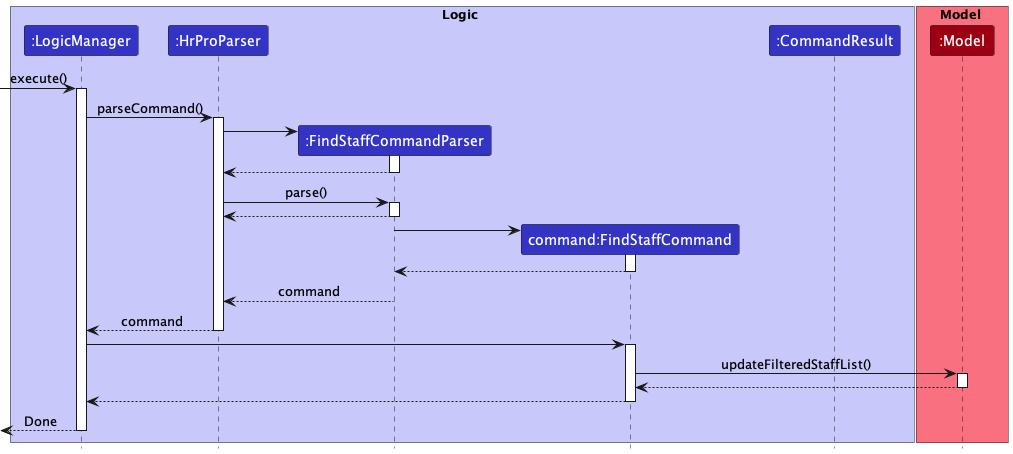
Earlier version of the PlantUML export docs/images/FindStaffCommandSequenceDiagram.png (nus-cs2103-AY2223S1/tp). Source of this version:
```plantuml
@startuml
!include style.puml

box Logic LOGIC_COLOR_T1
participant ":LogicManager" as LogicManager LOGIC_COLOR
participant ":HrProParser" as HrProParser LOGIC_COLOR
participant ":FindStaffCommandParser" as FindStaffCommandParser LOGIC_COLOR
participant "command:FindStaffCommand" as FindStaffCommand LOGIC_COLOR
participant ":CommandResult" as CommandResult LOGIC_COLOR
end box

box Model MODEL_COLOR_T1
participant ":Model" as Model MODEL_COLOR
end box

[-> LogicManager : execute()
activate LogicManager

LogicManager -> HrProParser : parseCommand()
activate HrProParser

create FindStaffCommandParser
HrProParser -> FindStaffCommandParser
activate FindStaffCommandParser

FindStaffCommandParser --> HrProParser
deactivate FindStaffCommandParser

HrProParser -> FindStaffCommandParser : parse()
activate FindStaffCommandParser

FindStaffCommandParser --> HrProParser
deactivate FindStaffCommandParser

create FindStaffCommand
FindStaffCommandParser -> FindStaffCommand
activate FindStaffCommand
FindStaffCommand --> FindStaffCommandParser
deactivate FindStaffCommand

FindStaffCommandParser --> HrProParser : command
deactivate FindStaffCommandParser

HrProParser --> LogicManager : command
deactivate HrProParser

LogicManager -> FindStaffCommand
activate FindStaffCommand

FindStaffCommand -> Model : updateFilteredStaffList()
activate Model
Model --> FindStaffCommand
deactivate Model

FindStaffCommand --> LogicManager
deactivate FindStaffCommand

[<--LogicManager : Done
deactivate LogicManager

@enduml
```
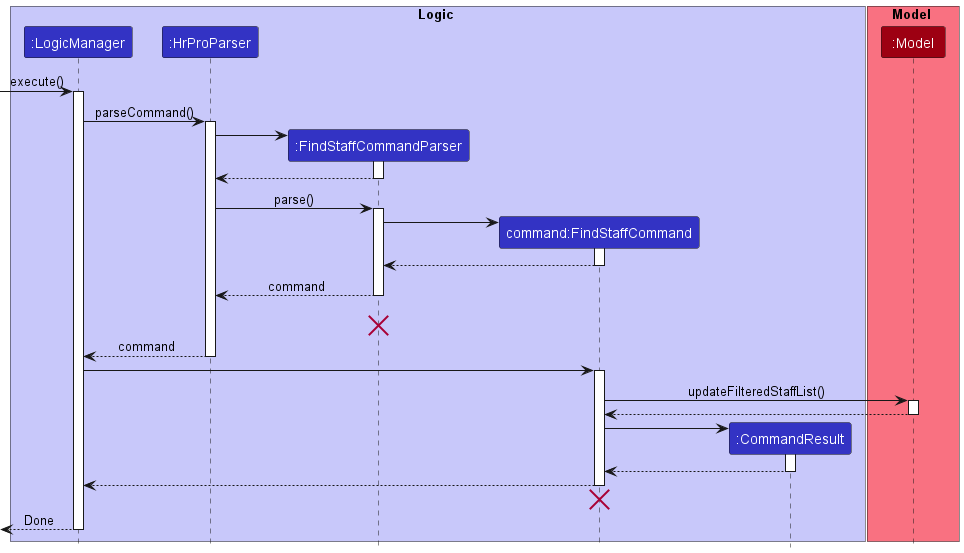
The same file after the commit.

Diff of the diagram source:
```diff
@@ -29,9 +29,6 @@
 HrProParser -> FindStaffCommandParser : parse()
 activate FindStaffCommandParser
 
-FindStaffCommandParser --> HrProParser
-deactivate FindStaffCommandParser
-
 create FindStaffCommand
 FindStaffCommandParser -> FindStaffCommand
 activate FindStaffCommand
@@ -40,6 +37,8 @@
 
 FindStaffCommandParser --> HrProParser : command
 deactivate FindStaffCommandParser
+FindStaffCommandParser -[hidden]-> HrProParser : command
+destroy FindStaffCommandParser
 
 HrProParser --> LogicManager : command
 deactivate HrProParser
@@ -51,9 +50,17 @@
 activate Model
 Model --> FindStaffCommand
 deactivate Model
+create CommandResult
+FindStaffCommand -> CommandResult
+activate CommandResult
+
+CommandResult --> FindStaffCommand
+deactivate CommandResult
 
 FindStaffCommand --> LogicManager
 deactivate FindStaffCommand
+FindStaffCommand -[hidden]-> LogicManager
+destroy FindStaffCommand
 
 [<--LogicManager : Done
 deactivate LogicManager
```
